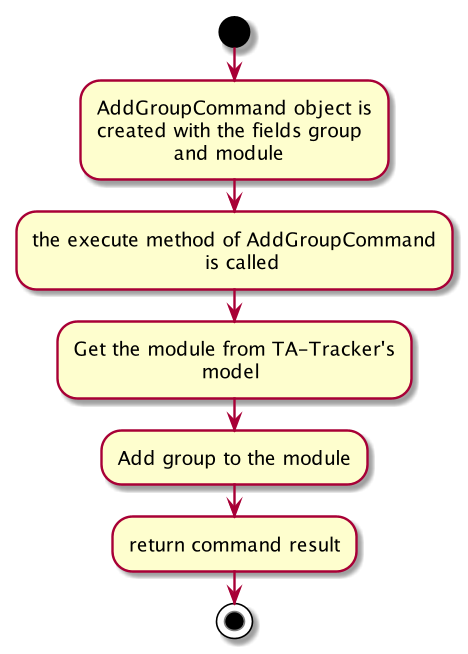
Earlier version of the PlantUML export docs/images/AddGroupActivityDiagram.png (nus-cs2103-AY1920S2/addressbook-level3). Its diagram source:
```plantuml
@startuml
start
:AddGroupCommand object is
created with the fields group
            and module;

:the execute method of AddGroupCommand
                           is called;

:Get the module from TA-Tracker's
                    model;

:Add group to the module;


:return command result;

stop
@enduml
```
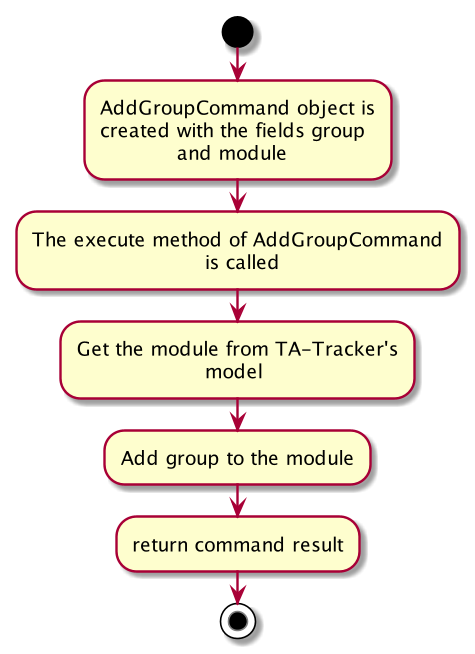
The same file after the commit.

Diff of the diagram source:
```diff
@@ -4,7 +4,7 @@
 created with the fields group
             and module;
 
-:the execute method of AddGroupCommand
+:The execute method of AddGroupCommand
                            is called;
 
 :Get the module from TA-Tracker's
```
